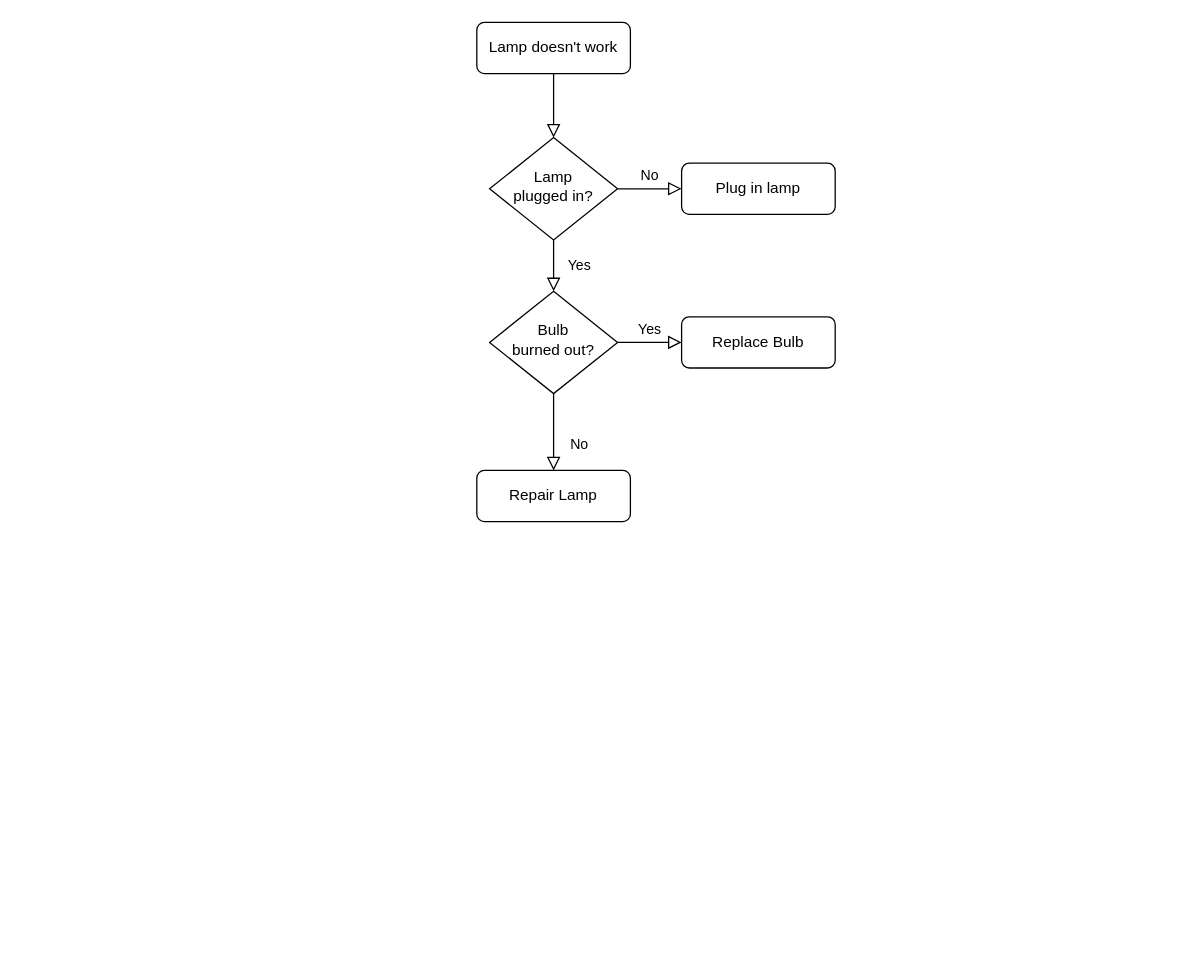
zhujinqiu/NJUPT_bootstrap keeps this draw.io diagram as Untitled Diagram.drawio. Above is the earlier version. Source tidied: cells renumbered, new cells numbered last; positions are measured from the earlier drawing's top-left corner, leaving out a move shared by most shapes. Both pictures are drawn from the tidied source at 128%, with x=0, y=0 at pixel (476, 22).
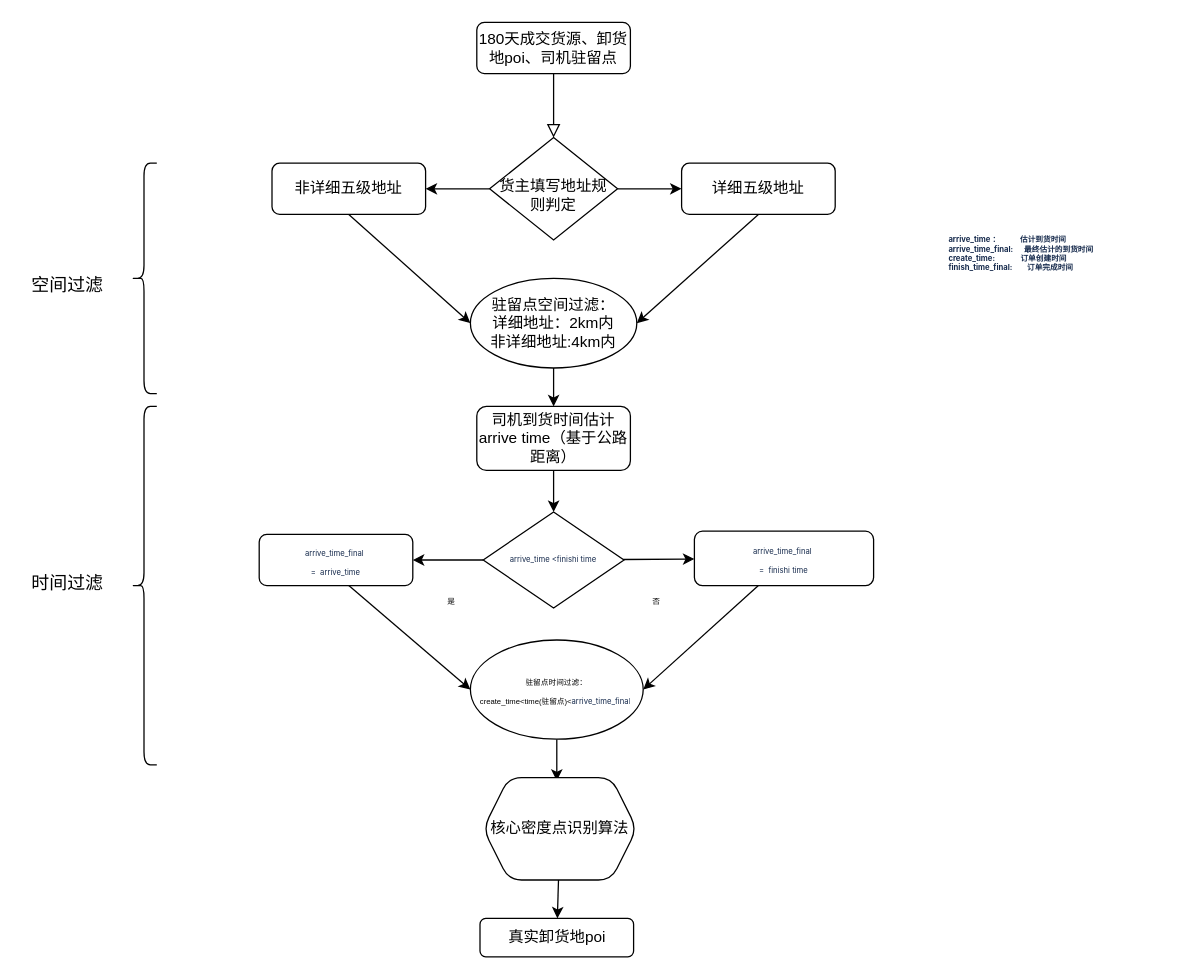
The same diagram, later.

Diff of the diagram source:
```diff
@@
-    <mxCell id="3" value="Lamp doesn't work" style="rounded=1;whiteSpace=wrap;html=1;fontSize=12;glass=0;strokeWidth=1;shadow=0;" parent="1" vertex="1">
+    <mxCell id="3" value="180天成交货源、卸货地poi、司机驻留点" style="rounded=1;whiteSpace=wrap;html=1;fontSize=12;glass=0;strokeWidth=1;shadow=0;" parent="1" vertex="1">
       <mxGeometry width="120" height="40" as="geometry" />
     </mxCell>
-    <mxCell id="4" value="Yes" style="rounded=0;html=1;jettySize=auto;fontSize=11;endArrow=block;endFill=0;endSize=8;strokeWidth=1;shadow=0;labelBackgroundColor=none;edgeStyle=orthogonalEdgeStyle;" parent="1" edge="1" source="6" target="10">
-      <mxGeometry y="20" relative="1" as="geometry" />
-    </mxCell>
+    <mxCell id="13" style="edgeStyle=orthogonalEdgeStyle;rounded=0;jettySize=auto;html=1;" parent="1" edge="1" source="6" target="14">
+      <mxGeometry relative="1" as="geometry" />
+    </mxCell>
-    <mxCell id="5" value="No" style="edgeStyle=orthogonalEdgeStyle;rounded=0;html=1;jettySize=auto;fontSize=11;endArrow=block;endFill=0;endSize=8;strokeWidth=1;shadow=0;labelBackgroundColor=none;" parent="1" edge="1" source="6" target="7">
-      <mxGeometry y="10" relative="1" as="geometry" />
+    <mxCell id="5" style="edgeStyle=orthogonalEdgeStyle;rounded=0;jettySize=auto;html=1;" parent="1" edge="1" source="6" target="7">
+      <mxGeometry relative="1" as="geometry" />
     </mxCell>
-    <mxCell id="6" value="Lamp&lt;br&gt;plugged in?" style="rhombus;whiteSpace=wrap;html=1;shadow=0;fontFamily=Helvetica;fontSize=12;align=center;strokeWidth=1;spacing=6;spacingTop=-4;" parent="1" vertex="1">
+    <mxCell id="6" value="&lt;br&gt;货主填写地址规则判定" style="rhombus;whiteSpace=wrap;html=1;shadow=0;fontFamily=Helvetica;fontSize=12;align=center;strokeWidth=1;spacing=6;spacingTop=-4;" parent="1" vertex="1">
       <mxGeometry x="10" y="90" width="100" height="80" as="geometry" />
     </mxCell>
-    <mxCell id="7" value="Plug in lamp" style="rounded=1;whiteSpace=wrap;html=1;fontSize=12;glass=0;strokeWidth=1;shadow=0;" parent="1" vertex="1">
+    <mxCell id="7" value="详细五级地址" style="rounded=1;whiteSpace=wrap;html=1;fontSize=12;glass=0;strokeWidth=1;shadow=0;" parent="1" vertex="1">
       <mxGeometry x="160" y="110" width="120" height="40" as="geometry" />
     </mxCell>
-    <mxCell id="8" value="No" style="rounded=0;html=1;jettySize=auto;fontSize=11;endArrow=block;endFill=0;endSize=8;strokeWidth=1;shadow=0;labelBackgroundColor=none;edgeStyle=orthogonalEdgeStyle;" parent="1" edge="1" source="10" target="11">
-      <mxGeometry x="0.33" y="20" relative="1" as="geometry" />
-    </mxCell>
-    <mxCell id="9" value="Yes" style="edgeStyle=orthogonalEdgeStyle;rounded=0;html=1;jettySize=auto;fontSize=11;endArrow=block;endFill=0;endSize=8;strokeWidth=1;shadow=0;labelBackgroundColor=none;" parent="1" edge="1" source="10" target="12">
-      <mxGeometry y="10" relative="1" as="geometry" />
-    </mxCell>
-    <mxCell id="10" value="Bulb&lt;br&gt;burned out?" style="rhombus;whiteSpace=wrap;html=1;shadow=0;fontFamily=Helvetica;fontSize=12;align=center;strokeWidth=1;spacing=6;spacingTop=-4;" parent="1" vertex="1">
-      <mxGeometry x="10" y="210" width="100" height="80" as="geometry" />
-    </mxCell>
-    <mxCell id="11" value="Repair Lamp" style="rounded=1;whiteSpace=wrap;html=1;fontSize=12;glass=0;strokeWidth=1;shadow=0;" parent="1" vertex="1">
-      <mxGeometry y="350" width="120" height="40" as="geometry" />
-    </mxCell>
-    <mxCell id="12" value="Replace Bulb" style="rounded=1;whiteSpace=wrap;html=1;fontSize=12;glass=0;strokeWidth=1;shadow=0;" parent="1" vertex="1">
-      <mxGeometry x="160" y="230" width="120" height="40" as="geometry" />
-    </mxCell>
+    <mxCell id="14" value="非详细五级地址" style="rounded=1;whiteSpace=wrap;html=1;fontSize=12;glass=0;strokeWidth=1;shadow=0;" parent="1" vertex="1">
+      <mxGeometry x="-160" y="110" width="120" height="40" as="geometry" />
+    </mxCell>
+    <mxCell id="15" style="edgeStyle=none;rounded=0;jettySize=auto;html=1;fontSize=6;" parent="1" edge="1" source="16" target="21">
+      <mxGeometry relative="1" as="geometry" />
+    </mxCell>
+    <mxCell id="16" value="驻留点空间过滤：&lt;br&gt;详细地址：2km内&lt;br&gt;非详细地址:4km内" style="ellipse;whiteSpace=wrap;html=1;rounded=1;glass=0;strokeWidth=1;shadow=0;" parent="1" vertex="1">
+      <mxGeometry x="-5" y="200" width="130" height="70" as="geometry" />
+    </mxCell>
+    <mxCell id="17" style="endArrow=classic;html=1;rounded=0;exitX=0.5;exitY=1;exitDx=0;exitDy=0;entryX=0;entryY=0.5;entryDx=0;entryDy=0;" parent="1" edge="1" source="14" target="16">
+      <mxGeometry relative="1" as="geometry" />
+    </mxCell>
+    <mxCell id="18" style="endArrow=classic;html=1;rounded=0;entryX=1;entryY=0.5;entryDx=0;entryDy=0;exitX=0.5;exitY=1;exitDx=0;exitDy=0;" parent="1" edge="1" source="7" target="16">
+      <mxGeometry relative="1" as="geometry" />
+    </mxCell>
+    <mxCell id="19" style="text;html=1;align=center;verticalAlign=middle;strokeColor=none;fillColor=none;" parent="1" vertex="1">
+      <mxGeometry x="-100" y="230" width="20" height="20" as="geometry" />
+    </mxCell>
+    <mxCell id="20" style="edgeStyle=none;rounded=0;jettySize=auto;html=1;fontSize=6;" parent="1" edge="1" source="21" target="25">
+      <mxGeometry relative="1" as="geometry" />
+    </mxCell>
+    <mxCell id="21" value="司机到货时间估计arrive time（基于公路距离）" style="rounded=1;whiteSpace=wrap;html=1;fontSize=12;glass=0;strokeWidth=1;shadow=0;" parent="1" vertex="1">
+      <mxGeometry y="300" width="120" height="50" as="geometry" />
+    </mxCell>
+    <mxCell id="22" style="rounded=0;html=1;jettySize=auto;fontSize=11;endArrow=block;endFill=0;endSize=8;strokeWidth=1;shadow=0;labelBackgroundColor=none;edgeStyle=orthogonalEdgeStyle;" parent="1" edge="1" target="25">
+      <mxGeometry relative="1" as="geometry">
+        <mxPoint x="60" y="390" as="sourcePoint" />
+      </mxGeometry>
+    </mxCell>
+    <mxCell id="23" style="edgeStyle=none;rounded=0;jettySize=auto;html=1;fontSize=6;" parent="1" edge="1" source="25" target="27">
+      <mxGeometry relative="1" as="geometry" />
+    </mxCell>
+    <mxCell id="24" style="edgeStyle=none;rounded=0;jettySize=auto;html=1;fontSize=6;" parent="1" edge="1" source="25" target="26">
+      <mxGeometry relative="1" as="geometry" />
+    </mxCell>
+    <mxCell id="25" value="&lt;span style=&quot;color: rgb(23, 43, 77); font-family: -apple-system, BlinkMacSystemFont, &amp;quot;Segoe UI&amp;quot;, Roboto, Oxygen, Ubuntu, &amp;quot;Fira Sans&amp;quot;, &amp;quot;Droid Sans&amp;quot;, &amp;quot;Helvetica Neue&amp;quot;, sans-serif; text-align: start; background-color: rgb(255, 255, 255);&quot;&gt;&lt;font style=&quot;font-size: 6px;&quot;&gt;arrive_time &amp;lt;finishi time&lt;br&gt;&lt;/font&gt;&lt;/span&gt;" style="rhombus;whiteSpace=wrap;html=1;shadow=0;fontFamily=Helvetica;fontSize=12;align=center;strokeWidth=1;spacing=6;spacingTop=-4;" parent="1" vertex="1">
+      <mxGeometry x="5" y="382.5" width="110" height="75" as="geometry" />
+    </mxCell>
+    <mxCell id="26" value="&lt;span style=&quot;color: rgb(23, 43, 77); font-family: -apple-system, BlinkMacSystemFont, &amp;quot;Segoe UI&amp;quot;, Roboto, Oxygen, Ubuntu, &amp;quot;Fira Sans&amp;quot;, &amp;quot;Droid Sans&amp;quot;, &amp;quot;Helvetica Neue&amp;quot;, sans-serif; font-size: 6px; text-align: start; background-color: rgb(255, 255, 255);&quot;&gt;arrive_time_final&lt;/span&gt;&lt;span style=&quot;color: rgb(23, 43, 77); font-family: -apple-system, BlinkMacSystemFont, &amp;quot;Segoe UI&amp;quot;, Roboto, Oxygen, Ubuntu, &amp;quot;Fira Sans&amp;quot;, &amp;quot;Droid Sans&amp;quot;, &amp;quot;Helvetica Neue&amp;quot;, sans-serif; text-align: start; background-color: rgb(255, 255, 255);&quot;&gt;&lt;font style=&quot;font-size: 6px;&quot;&gt;&amp;nbsp;&lt;br&gt;=&amp;nbsp;&amp;nbsp;&lt;/font&gt;&lt;/span&gt;&lt;span style=&quot;color: rgb(23, 43, 77); font-family: -apple-system, BlinkMacSystemFont, &amp;quot;Segoe UI&amp;quot;, Roboto, Oxygen, Ubuntu, &amp;quot;Fira Sans&amp;quot;, &amp;quot;Droid Sans&amp;quot;, &amp;quot;Helvetica Neue&amp;quot;, sans-serif; font-size: 6px; text-align: start; background-color: rgb(255, 255, 255);&quot;&gt;finishi time&lt;/span&gt;" style="rounded=1;whiteSpace=wrap;html=1;fontSize=12;glass=0;strokeWidth=1;shadow=0;" parent="1" vertex="1">
+      <mxGeometry x="170" y="397.5" width="140" height="42.5" as="geometry" />
+    </mxCell>
+    <mxCell id="27" value="&lt;span style=&quot;font-size: 6px; color: rgb(23, 43, 77); font-family: -apple-system, BlinkMacSystemFont, &amp;quot;Segoe UI&amp;quot;, Roboto, Oxygen, Ubuntu, &amp;quot;Fira Sans&amp;quot;, &amp;quot;Droid Sans&amp;quot;, &amp;quot;Helvetica Neue&amp;quot;, sans-serif; text-align: start; background-color: rgb(255, 255, 255);&quot;&gt;arrive_time_final&lt;/span&gt;&lt;span style=&quot;color: rgb(23, 43, 77); font-family: -apple-system, BlinkMacSystemFont, &amp;quot;Segoe UI&amp;quot;, Roboto, Oxygen, Ubuntu, &amp;quot;Fira Sans&amp;quot;, &amp;quot;Droid Sans&amp;quot;, &amp;quot;Helvetica Neue&amp;quot;, sans-serif; text-align: start; background-color: rgb(255, 255, 255);&quot;&gt;&lt;font style=&quot;font-size: 6px;&quot;&gt;&amp;nbsp;&lt;br&gt;&lt;/font&gt;&lt;/span&gt;&lt;span style=&quot;color: rgb(23, 43, 77); font-family: -apple-system, BlinkMacSystemFont, &amp;quot;Segoe UI&amp;quot;, Roboto, Oxygen, Ubuntu, &amp;quot;Fira Sans&amp;quot;, &amp;quot;Droid Sans&amp;quot;, &amp;quot;Helvetica Neue&amp;quot;, sans-serif; text-align: start; background-color: rgb(255, 255, 255);&quot;&gt;&lt;font style=&quot;font-size: 6px;&quot;&gt;&amp;nbsp;=&amp;nbsp;&amp;nbsp;&lt;/font&gt;&lt;/span&gt;&lt;span style=&quot;color: rgb(23, 43, 77); font-family: -apple-system, BlinkMacSystemFont, &amp;quot;Segoe UI&amp;quot;, Roboto, Oxygen, Ubuntu, &amp;quot;Fira Sans&amp;quot;, &amp;quot;Droid Sans&amp;quot;, &amp;quot;Helvetica Neue&amp;quot;, sans-serif; font-size: 6px; text-align: start; background-color: rgb(255, 255, 255);&quot;&gt;arrive_time&amp;nbsp;&lt;/span&gt;" style="rounded=1;whiteSpace=wrap;html=1;fontSize=12;glass=0;strokeWidth=1;shadow=0;" parent="1" vertex="1">
+      <mxGeometry x="-170" y="400" width="120" height="40" as="geometry" />
+    </mxCell>
+    <mxCell id="28" style="edgeStyle=none;rounded=0;jettySize=auto;html=1;fontSize=6;" parent="1" edge="1" source="29">
+      <mxGeometry relative="1" as="geometry">
+        <mxPoint x="62.5" y="592.5" as="targetPoint" />
+      </mxGeometry>
+    </mxCell>
+    <mxCell id="29" value="&lt;font style=&quot;&quot;&gt;&lt;font style=&quot;font-size: 6px;&quot;&gt;驻留点时间过滤：&lt;/font&gt;&lt;br&gt;&lt;span style=&quot;font-size: 6px;&quot;&gt;create_time&amp;lt;time(驻留点)&amp;lt;&lt;/span&gt;&lt;span style=&quot;font-size: 6px; color: rgb(23, 43, 77); font-family: -apple-system, BlinkMacSystemFont, &amp;quot;Segoe UI&amp;quot;, Roboto, Oxygen, Ubuntu, &amp;quot;Fira Sans&amp;quot;, &amp;quot;Droid Sans&amp;quot;, &amp;quot;Helvetica Neue&amp;quot;, sans-serif; text-align: start; background-color: rgb(255, 255, 255);&quot;&gt;arrive_time_final&lt;/span&gt;&lt;span style=&quot;font-size: 6px; color: rgb(23, 43, 77); font-family: -apple-system, BlinkMacSystemFont, &amp;quot;Segoe UI&amp;quot;, Roboto, Oxygen, Ubuntu, &amp;quot;Fira Sans&amp;quot;, &amp;quot;Droid Sans&amp;quot;, &amp;quot;Helvetica Neue&amp;quot;, sans-serif; text-align: start; background-color: rgb(255, 255, 255);&quot;&gt;&lt;font style=&quot;&quot;&gt;&amp;nbsp;&lt;/font&gt;&lt;/span&gt;&lt;/font&gt;" style="ellipse;whiteSpace=wrap;html=1;rounded=1;glass=0;strokeWidth=1;shadow=0;" parent="1" vertex="1">
+      <mxGeometry x="-5" y="482.5" width="135" height="77.5" as="geometry" />
+    </mxCell>
+    <mxCell id="30" style="endArrow=classic;html=1;rounded=0;exitX=0.5;exitY=1;exitDx=0;exitDy=0;entryX=0;entryY=0.5;entryDx=0;entryDy=0;" parent="1" edge="1" target="29">
+      <mxGeometry relative="1" as="geometry">
+        <mxPoint x="-100" y="440" as="sourcePoint" />
+      </mxGeometry>
+    </mxCell>
+    <mxCell id="31" style="endArrow=classic;html=1;rounded=0;entryX=1;entryY=0.5;entryDx=0;entryDy=0;exitX=0.5;exitY=1;exitDx=0;exitDy=0;" parent="1" edge="1" target="29">
+      <mxGeometry relative="1" as="geometry">
+        <mxPoint x="220" y="440" as="sourcePoint" />
+      </mxGeometry>
+    </mxCell>
+    <mxCell id="32" value="否" style="text;html=1;align=center;verticalAlign=middle;strokeColor=none;fillColor=none;fontSize=6;" parent="1" vertex="1">
+      <mxGeometry x="125" y="447.5" width="30" height="10" as="geometry" />
+    </mxCell>
+    <mxCell id="33" value="是" style="text;html=1;align=center;verticalAlign=middle;strokeColor=none;fillColor=none;fontSize=6;" parent="1" vertex="1">
+      <mxGeometry x="-35" y="447.5" width="30" height="10" as="geometry" />
+    </mxCell>
+    <mxCell id="34" style="edgeStyle=none;rounded=0;jettySize=auto;html=1;fontSize=6;" parent="1" edge="1" source="35" target="36">
+      <mxGeometry relative="1" as="geometry" />
+    </mxCell>
+    <mxCell id="35" value="核心密度点识别算法" style="shape=hexagon;perimeter=hexagonPerimeter2;whiteSpace=wrap;html=1;fixedSize=1;rounded=1;glass=0;strokeWidth=1;shadow=0;" parent="1" vertex="1">
+      <mxGeometry x="5" y="590" width="120" height="80" as="geometry" />
+    </mxCell>
+    <mxCell id="36" value="真实卸货地poi" style="whiteSpace=wrap;html=1;rounded=1;glass=0;strokeWidth=1;shadow=0;" parent="1" vertex="1">
+      <mxGeometry x="2.5" y="700" width="120" height="30" as="geometry" />
+    </mxCell>
+    <mxCell id="37" value="&lt;div style=&quot;text-align: left;&quot;&gt;&lt;span style=&quot;background-color: rgb(255, 255, 255); color: rgb(23, 43, 77); font-family: -apple-system, BlinkMacSystemFont, &amp;quot;Segoe UI&amp;quot;, Roboto, Oxygen, Ubuntu, &amp;quot;Fira Sans&amp;quot;, &amp;quot;Droid Sans&amp;quot;, &amp;quot;Helvetica Neue&amp;quot;, sans-serif;&quot;&gt;&lt;b&gt;arrive_time ：&amp;nbsp; &amp;nbsp; &amp;nbsp; &amp;nbsp; &amp;nbsp; &amp;nbsp;估计到货时间&lt;/b&gt;&lt;/span&gt;&lt;/div&gt;&lt;b&gt;&lt;span style=&quot;color: rgb(23, 43, 77); font-family: -apple-system, BlinkMacSystemFont, &amp;quot;Segoe UI&amp;quot;, Roboto, Oxygen, Ubuntu, &amp;quot;Fira Sans&amp;quot;, &amp;quot;Droid Sans&amp;quot;, &amp;quot;Helvetica Neue&amp;quot;, sans-serif; background-color: rgb(255, 255, 255);&quot;&gt;&lt;div style=&quot;text-align: left;&quot;&gt;arrive_time_final:&amp;nbsp; &amp;nbsp; &amp;nbsp; 最终估计的到货时间&lt;/div&gt;&lt;/span&gt;&lt;span style=&quot;color: rgb(23, 43, 77); font-family: -apple-system, BlinkMacSystemFont, &amp;quot;Segoe UI&amp;quot;, Roboto, Oxygen, Ubuntu, &amp;quot;Fira Sans&amp;quot;, &amp;quot;Droid Sans&amp;quot;, &amp;quot;Helvetica Neue&amp;quot;, sans-serif; background-color: rgb(255, 255, 255);&quot;&gt;&lt;div style=&quot;text-align: left;&quot;&gt;create_time:&amp;nbsp; &amp;nbsp; &amp;nbsp; &amp;nbsp; &amp;nbsp; &amp;nbsp; &amp;nbsp; 订单创建时间&lt;/div&gt;&lt;div style=&quot;text-align: left;&quot;&gt;finish_time_final:&amp;nbsp; &amp;nbsp; &amp;nbsp; &amp;nbsp; 订单完成时间&lt;/div&gt;&lt;/span&gt;&lt;/b&gt;" style="text;html=1;align=center;verticalAlign=middle;strokeColor=none;fillColor=none;fontSize=6;" parent="1" vertex="1">
+      <mxGeometry x="305" y="165" width="240" height="30" as="geometry" />
+    </mxCell>
+    <mxCell id="38" style="shape=curlyBracket;whiteSpace=wrap;html=1;rounded=1;fontSize=14;" parent="1" vertex="1">
+      <mxGeometry x="-270" y="110" width="20" height="180" as="geometry" />
+    </mxCell>
+    <mxCell id="39" value="空间过滤" style="text;html=1;align=center;verticalAlign=middle;strokeColor=none;fillColor=none;fontSize=14;" parent="1" vertex="1">
+      <mxGeometry x="-355" y="195" width="70" height="20" as="geometry" />
+    </mxCell>
+    <mxCell id="40" style="shape=curlyBracket;whiteSpace=wrap;html=1;rounded=1;fontSize=14;" parent="1" vertex="1">
+      <mxGeometry x="-270" y="300" width="20" height="280" as="geometry" />
+    </mxCell>
+    <mxCell id="41" value="时间过滤" style="text;html=1;align=center;verticalAlign=middle;strokeColor=none;fillColor=none;fontSize=14;" parent="1" vertex="1">
+      <mxGeometry x="-355" y="427.5" width="70" height="20" as="geometry" />
+    </mxCell>
```
